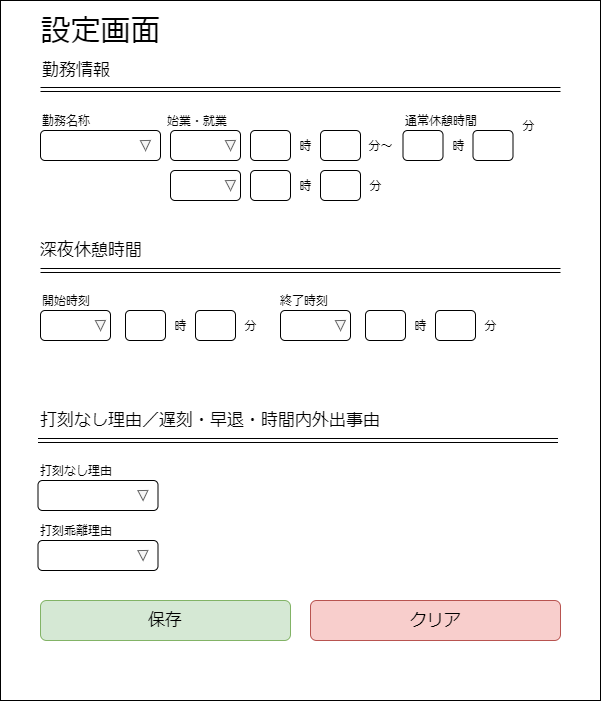
This is doc/option.png from euphmat/AutoWebDakoku, a draw.io export, as it was before one commit. Source tidied: cells renumbered, new cells last; positions are measured from the earlier drawing's top-left corner, leaving out a move shared by most shapes.
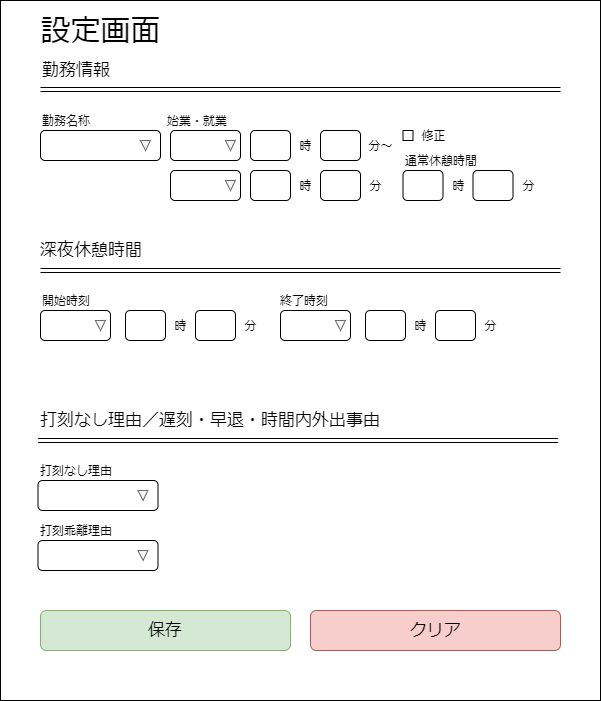
After the change.

Change to the diagram source:
```diff
@@ -69,19 +69,19 @@
       <mxGeometry x="30" y="20" width="140" height="20" as="geometry" />
     </mxCell>
     <mxCell id="24" style="rounded=1;whiteSpace=wrap;html=1;labelBackgroundColor=#2E1616;align=left;" parent="1" vertex="1">
-      <mxGeometry x="402.5" y="130" width="40" height="30" as="geometry" />
+      <mxGeometry x="402.5" y="170" width="40" height="30" as="geometry" />
     </mxCell>
     <mxCell id="25" value="時" style="text;html=1;align=center;verticalAlign=middle;" parent="1" vertex="1">
-      <mxGeometry x="442.5" y="135" width="30" height="20" as="geometry" />
+      <mxGeometry x="442.5" y="175" width="30" height="20" as="geometry" />
     </mxCell>
     <mxCell id="26" style="rounded=1;whiteSpace=wrap;html=1;labelBackgroundColor=#2E1616;align=left;" parent="1" vertex="1">
-      <mxGeometry x="472.5" y="130" width="40" height="30" as="geometry" />
+      <mxGeometry x="472.5" y="170" width="40" height="30" as="geometry" />
     </mxCell>
     <mxCell id="27" value="分" style="text;html=1;align=center;verticalAlign=middle;" parent="1" vertex="1">
-      <mxGeometry x="512.5" y="115" width="30" height="20" as="geometry" />
+      <mxGeometry x="512.5" y="175" width="30" height="20" as="geometry" />
     </mxCell>
     <mxCell id="28" value="通常休憩時間" style="text;html=1;align=left;verticalAlign=middle;" parent="1" vertex="1">
-      <mxGeometry x="402.5" y="110" width="90" height="20" as="geometry" />
+      <mxGeometry x="402.5" y="150" width="90" height="20" as="geometry" />
     </mxCell>
     <mxCell id="29" value="開始時刻" style="text;html=1;align=left;verticalAlign=middle;" parent="1" vertex="1">
       <mxGeometry x="40" y="290" width="60" height="20" as="geometry" />
@@ -195,10 +195,16 @@
       </mxGeometry>
     </mxCell>
     <mxCell id="63" value="保存" style="rounded=1;whiteSpace=wrap;html=1;labelBackgroundColor=none;fontSize=17;align=center;fillColor=#d5e8d4;strokeColor=#82b366;" parent="1" vertex="1">
-      <mxGeometry x="40" y="600" width="250" height="40" as="geometry" />
+      <mxGeometry x="40" y="610" width="250" height="40" as="geometry" />
     </mxCell>
     <mxCell id="64" value="クリア" style="rounded=1;whiteSpace=wrap;html=1;labelBackgroundColor=none;fontSize=17;align=center;fillColor=#f8cecc;strokeColor=#b85450;" parent="1" vertex="1">
-      <mxGeometry x="310" y="600" width="250" height="40" as="geometry" />
+      <mxGeometry x="310" y="610" width="250" height="40" as="geometry" />
     </mxCell>
+    <mxCell id="65" style="rounded=0;whiteSpace=wrap;html=1;imageHeight=26;" parent="1" vertex="1">
+      <mxGeometry x="402.5" y="130" width="10" height="10" as="geometry" />
+    </mxCell>
+    <mxCell id="66" value="修正" style="text;html=1;align=center;verticalAlign=middle;" parent="1" vertex="1">
+      <mxGeometry x="412.5" y="125" width="40" height="20" as="geometry" />
+    </mxCell>
   </root>
 </mxGraphModel>
```
